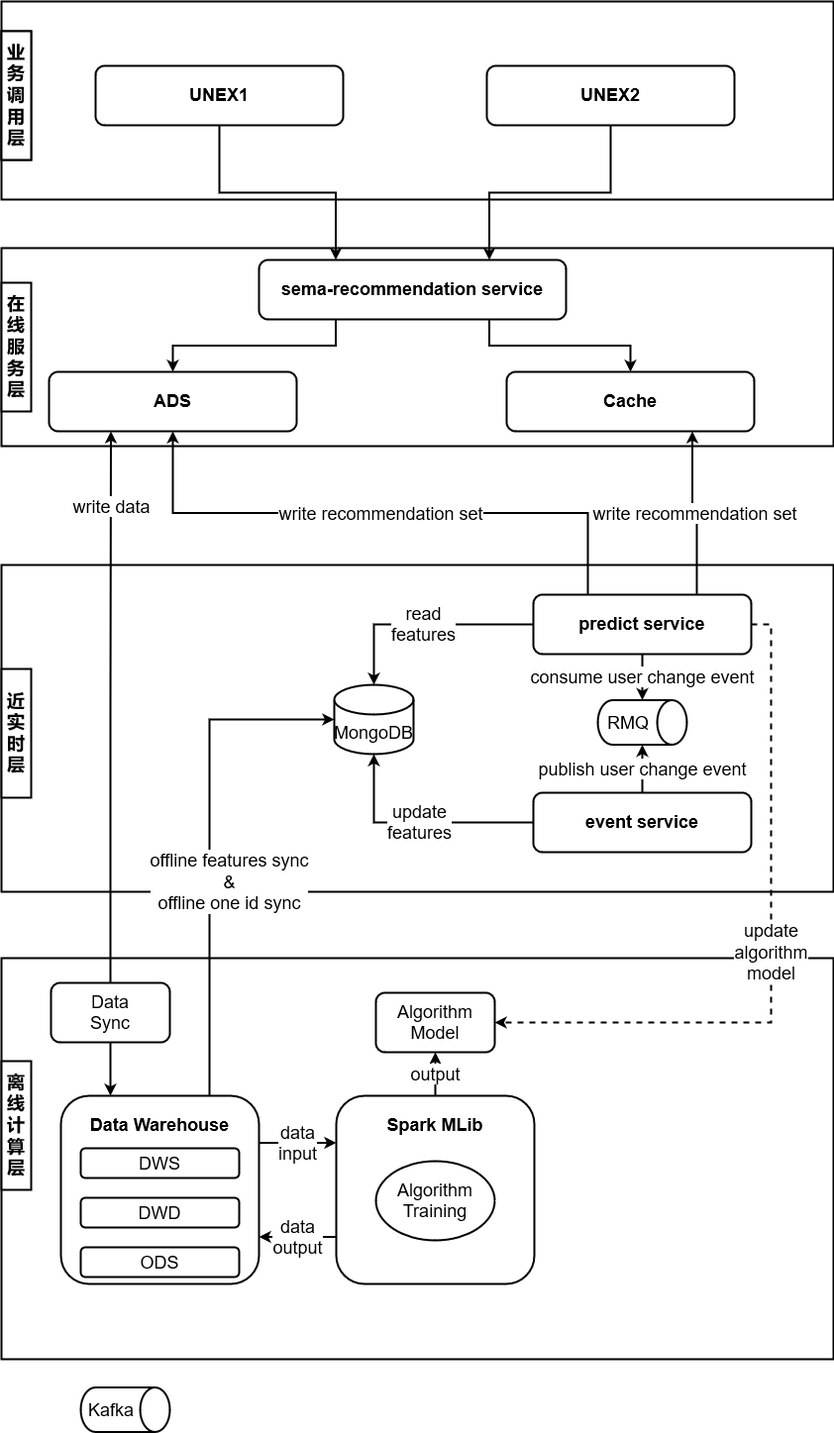
jackie-thank/beego-authz keeps this draw.io diagram as sema-private-domain-anonymous-recommendation.drawio.png. Above is the earlier version. Source tidied: cells renumbered, new cells last; positions are measured from the earlier drawing's top-left corner, leaving out a move shared by most shapes. Its diagram source:
```xml
<mxGraphModel>
  <root>
    <mxCell id="0" />
    <mxCell id="1" parent="0" />
    <mxCell id="2" style="rounded=0;whiteSpace=wrap;html=1;strokeWidth=2;fontStyle=1;" parent="1" vertex="1">
      <mxGeometry width="840" height="200" as="geometry" />
    </mxCell>
    <mxCell id="3" value="&lt;div&gt;业务调用&lt;/div&gt;&lt;div&gt;层&lt;br&gt;&lt;/div&gt;" style="rounded=0;whiteSpace=wrap;html=1;strokeWidth=2;fontStyle=1;fontSize=18;" parent="1" vertex="1">
      <mxGeometry y="30" width="30" height="130" as="geometry" />
    </mxCell>
    <mxCell id="4" style="rounded=0;whiteSpace=wrap;html=1;strokeWidth=2;fontStyle=1;" parent="1" vertex="1">
      <mxGeometry y="249" width="840" height="200" as="geometry" />
    </mxCell>
    <mxCell id="5" value="&lt;div&gt;业务调用&lt;/div&gt;&lt;div&gt;层&lt;br&gt;&lt;/div&gt;" style="rounded=0;whiteSpace=wrap;html=1;strokeWidth=2;fontStyle=1;fontSize=18;" parent="1" vertex="1">
      <mxGeometry y="30" width="30" height="130" as="geometry" />
    </mxCell>
    <mxCell id="6" value="在线服务层" style="rounded=0;whiteSpace=wrap;html=1;strokeWidth=2;fontStyle=1;fontSize=18;" parent="1" vertex="1">
      <mxGeometry y="284" width="30" height="130" as="geometry" />
    </mxCell>
    <mxCell id="7" style="rounded=0;whiteSpace=wrap;html=1;strokeWidth=2;fontStyle=1;" parent="1" vertex="1">
      <mxGeometry y="569" width="840" height="330" as="geometry" />
    </mxCell>
    <mxCell id="8" value="近实时层" style="rounded=0;whiteSpace=wrap;html=1;strokeWidth=2;fontStyle=1;fontSize=18;" parent="1" vertex="1">
      <mxGeometry y="674" width="30" height="130" as="geometry" />
    </mxCell>
    <mxCell id="9" style="rounded=0;whiteSpace=wrap;html=1;strokeWidth=2;fontStyle=1;" parent="1" vertex="1">
      <mxGeometry y="966" width="840" height="405" as="geometry" />
    </mxCell>
    <mxCell id="10" value="离线计算层" style="rounded=0;whiteSpace=wrap;html=1;strokeWidth=2;fontStyle=1;fontSize=18;" parent="1" vertex="1">
      <mxGeometry y="1070" width="30" height="130" as="geometry" />
    </mxCell>
    <mxCell id="11" style="edgeStyle=orthogonalEdgeStyle;rounded=0;jettySize=auto;html=1;exitX=0.5;exitY=1;exitDx=0;exitDy=0;fontSize=18;strokeWidth=2;entryX=0.25;entryY=0;entryDx=0;entryDy=0;fontStyle=1;" parent="1" edge="1" source="12" target="16">
      <mxGeometry relative="1" as="geometry" />
    </mxCell>
    <mxCell id="12" value="UNEX1" style="rounded=1;whiteSpace=wrap;html=1;strokeWidth=2;fontSize=18;fontStyle=1;" parent="1" vertex="1">
      <mxGeometry x="95" y="65" width="250" height="60" as="geometry" />
    </mxCell>
    <mxCell id="13" style="edgeStyle=orthogonalEdgeStyle;rounded=0;jettySize=auto;html=1;entryX=0.75;entryY=0;entryDx=0;entryDy=0;strokeWidth=2;fontSize=18;exitX=0.5;exitY=1;exitDx=0;exitDy=0;fontStyle=1;" parent="1" edge="1" source="19" target="16">
      <mxGeometry relative="1" as="geometry" />
    </mxCell>
    <mxCell id="14" style="edgeStyle=orthogonalEdgeStyle;rounded=0;jettySize=auto;html=1;exitX=0.25;exitY=1;exitDx=0;exitDy=0;strokeWidth=2;fontSize=18;fontStyle=1;" parent="1" edge="1" source="16" target="17">
      <mxGeometry relative="1" as="geometry" />
    </mxCell>
    <mxCell id="15" style="edgeStyle=orthogonalEdgeStyle;rounded=0;jettySize=auto;html=1;exitX=0.75;exitY=1;exitDx=0;exitDy=0;entryX=0.5;entryY=0;entryDx=0;entryDy=0;strokeWidth=2;fontSize=18;fontStyle=1;" parent="1" edge="1" source="16" target="18">
      <mxGeometry relative="1" as="geometry" />
    </mxCell>
    <mxCell id="16" value="sema-recommendation service" style="rounded=1;whiteSpace=wrap;html=1;strokeWidth=2;fontSize=18;fontStyle=1;" parent="1" vertex="1">
      <mxGeometry x="260" y="261" width="310" height="60" as="geometry" />
    </mxCell>
    <mxCell id="17" value="ADS" style="rounded=1;whiteSpace=wrap;html=1;strokeWidth=2;fontSize=18;fontStyle=1;" parent="1" vertex="1">
      <mxGeometry x="48" y="374" width="250" height="60" as="geometry" />
    </mxCell>
    <mxCell id="18" value="Cache" style="rounded=1;whiteSpace=wrap;html=1;strokeWidth=2;fontSize=18;fontStyle=1;" parent="1" vertex="1">
      <mxGeometry x="510" y="374" width="250" height="60" as="geometry" />
    </mxCell>
    <mxCell id="19" value="UNEX2" style="rounded=1;whiteSpace=wrap;html=1;strokeWidth=2;fontSize=18;fontStyle=1;" parent="1" vertex="1">
      <mxGeometry x="490" y="65" width="250" height="60" as="geometry" />
    </mxCell>
    <mxCell id="20" value="&lt;div&gt;read &lt;br&gt;&lt;/div&gt;&lt;div&gt;features&lt;/div&gt;" style="edgeStyle=orthogonalEdgeStyle;rounded=0;jettySize=auto;html=1;exitX=0;exitY=0.5;exitDx=0;exitDy=0;strokeWidth=2;fontSize=18;" parent="1" edge="1" source="25" target="33">
      <mxGeometry relative="1" as="geometry" />
    </mxCell>
    <mxCell id="21" value="consume user change event" style="edgeStyle=orthogonalEdgeStyle;rounded=0;jettySize=auto;html=1;exitX=0.5;exitY=1;exitDx=0;exitDy=0;strokeWidth=2;fontSize=18;entryX=0;entryY=0.5;entryDx=0;entryDy=0;entryPerimeter=0;" parent="1" edge="1" source="25" target="35">
      <mxGeometry relative="1" as="geometry" />
    </mxCell>
    <mxCell id="22" value="write recommendation set" style="edgeStyle=orthogonalEdgeStyle;rounded=0;jettySize=auto;html=1;exitX=0.75;exitY=0;exitDx=0;exitDy=0;strokeWidth=2;fontSize=18;entryX=0.75;entryY=1;entryDx=0;entryDy=0;" parent="1" edge="1" source="25" target="18">
      <mxGeometry relative="1" as="geometry" />
    </mxCell>
    <mxCell id="23" value="write recommendation set" style="edgeStyle=orthogonalEdgeStyle;rounded=0;jettySize=auto;html=1;exitX=0.25;exitY=0;exitDx=0;exitDy=0;strokeWidth=2;fontSize=18;" parent="1" edge="1" source="25" target="17">
      <mxGeometry relative="1" as="geometry" />
    </mxCell>
    <mxCell id="24" value="&lt;div&gt;update&lt;/div&gt;&lt;div&gt;algorithm&lt;/div&gt;&lt;div&gt;model&lt;br&gt;&lt;/div&gt;" style="rounded=0;jettySize=auto;html=1;exitX=1;exitY=0.5;exitDx=0;exitDy=0;entryX=1;entryY=0.5;entryDx=0;entryDy=0;strokeWidth=2;fontSize=18;edgeStyle=orthogonalEdgeStyle;dashed=1;" parent="1" edge="1" source="25" target="43">
      <mxGeometry relative="1" as="geometry" />
    </mxCell>
    <mxCell id="25" value="predict service" style="rounded=1;whiteSpace=wrap;html=1;strokeWidth=2;fontSize=18;fontStyle=1;" parent="1" vertex="1">
      <mxGeometry x="537" y="599" width="220" height="60" as="geometry" />
    </mxCell>
    <mxCell id="26" value="&lt;div&gt;update &lt;br&gt;&lt;/div&gt;&lt;div&gt;features&lt;/div&gt;" style="edgeStyle=orthogonalEdgeStyle;rounded=0;jettySize=auto;html=1;exitX=0;exitY=0.5;exitDx=0;exitDy=0;strokeWidth=2;fontSize=18;" parent="1" edge="1" source="28" target="33">
      <mxGeometry relative="1" as="geometry" />
    </mxCell>
    <mxCell id="27" value="publish user change event" style="edgeStyle=orthogonalEdgeStyle;rounded=0;jettySize=auto;html=1;exitX=0.5;exitY=0;exitDx=0;exitDy=0;entryX=1;entryY=0.5;entryDx=0;entryDy=0;entryPerimeter=0;strokeWidth=2;fontSize=18;" parent="1" edge="1" source="28" target="35">
      <mxGeometry relative="1" as="geometry" />
    </mxCell>
    <mxCell id="28" value="event service" style="rounded=1;whiteSpace=wrap;html=1;strokeWidth=2;fontSize=18;fontStyle=1;" parent="1" vertex="1">
      <mxGeometry x="537" y="799" width="220" height="60" as="geometry" />
    </mxCell>
    <mxCell id="29" value="&lt;div&gt;data&lt;/div&gt;&lt;div&gt;output&lt;br&gt;&lt;/div&gt;" style="edgeStyle=orthogonalEdgeStyle;curved=1;rounded=0;jettySize=auto;html=1;exitX=0;exitY=0.75;exitDx=0;exitDy=0;entryX=1;entryY=0.75;entryDx=0;entryDy=0;strokeWidth=2;fontSize=18;" parent="1" edge="1" source="31" target="39">
      <mxGeometry relative="1" as="geometry" />
    </mxCell>
    <mxCell id="30" value="output" style="edgeStyle=orthogonalEdgeStyle;curved=1;rounded=0;jettySize=auto;html=1;exitX=0.5;exitY=0;exitDx=0;exitDy=0;entryX=0.5;entryY=1;entryDx=0;entryDy=0;strokeWidth=2;fontSize=18;" parent="1" edge="1" source="31" target="43">
      <mxGeometry relative="1" as="geometry" />
    </mxCell>
    <mxCell id="31" value="&lt;div&gt;Spark MLib&lt;/div&gt;&lt;div&gt;&lt;br&gt;&lt;/div&gt;&lt;div&gt;&lt;br&gt;&lt;/div&gt;&lt;div&gt;&lt;br&gt;&lt;/div&gt;&lt;div&gt;&lt;br&gt;&lt;/div&gt;&lt;div&gt;&lt;br&gt;&lt;/div&gt;&lt;div&gt;&lt;br&gt;&lt;/div&gt;" style="rounded=1;whiteSpace=wrap;html=1;strokeWidth=2;fontSize=18;fontStyle=1;" parent="1" vertex="1">
      <mxGeometry x="338" y="1105" width="200" height="190" as="geometry" />
    </mxCell>
    <mxCell id="32" value="&lt;div&gt;Algorithm&lt;/div&gt;&lt;div&gt;Training&lt;br&gt;&lt;/div&gt;" style="ellipse;whiteSpace=wrap;html=1;strokeWidth=2;fontSize=18;" parent="1" vertex="1">
      <mxGeometry x="378" y="1171" width="120" height="80" as="geometry" />
    </mxCell>
    <mxCell id="33" value="MongoDB" style="shape=cylinder3;whiteSpace=wrap;html=1;boundedLbl=1;backgroundOutline=1;size=15;strokeWidth=2;fontSize=18;" parent="1" vertex="1">
      <mxGeometry x="336" y="690" width="80" height="70" as="geometry" />
    </mxCell>
    <mxCell id="34" style="group;" parent="1" vertex="1">
      <mxGeometry x="602" y="705.5" width="90" height="45" as="geometry" />
    </mxCell>
    <mxCell id="35" style="shape=cylinder3;whiteSpace=wrap;html=1;boundedLbl=1;backgroundOutline=1;size=15;strokeWidth=2;fontSize=18;rotation=90;" parent="34" vertex="1">
      <mxGeometry x="22.5" y="-22.5" width="45" height="90" as="geometry" />
    </mxCell>
    <mxCell id="36" value="RMQ" style="text;html=1;strokeColor=none;fillColor=none;align=center;verticalAlign=middle;whiteSpace=wrap;rounded=0;strokeWidth=2;fontSize=18;" parent="34" vertex="1">
      <mxGeometry x="2" y="7" width="58" height="30" as="geometry" />
    </mxCell>
    <mxCell id="37" value="&lt;div&gt;data&lt;/div&gt;&lt;div&gt;input&lt;br&gt;&lt;/div&gt;" style="edgeStyle=orthogonalEdgeStyle;curved=1;rounded=0;jettySize=auto;html=1;exitX=1;exitY=0.25;exitDx=0;exitDy=0;entryX=0;entryY=0.25;entryDx=0;entryDy=0;strokeWidth=2;fontSize=18;" parent="1" edge="1" source="39" target="31">
      <mxGeometry relative="1" as="geometry" />
    </mxCell>
    <mxCell id="38" value="&lt;div&gt;offline features sync&lt;/div&gt;&lt;div&gt;&amp;amp;&lt;/div&gt;&lt;div&gt;offline one id sync&lt;br&gt;&lt;/div&gt;" style="edgeStyle=orthogonalEdgeStyle;rounded=0;jettySize=auto;html=1;exitX=0.75;exitY=0;exitDx=0;exitDy=0;entryX=0;entryY=0.5;entryDx=0;entryDy=0;entryPerimeter=0;strokeWidth=2;fontSize=18;" parent="1" edge="1" source="39" target="33">
      <mxGeometry x="-0.15" y="-20" relative="1" as="geometry" />
    </mxCell>
    <mxCell id="39" value="&lt;div&gt;Data Warehouse&lt;/div&gt;&lt;div&gt;&lt;br&gt;&lt;/div&gt;&lt;div&gt;&lt;br&gt;&lt;/div&gt;&lt;div&gt;&lt;br&gt;&lt;/div&gt;&lt;div&gt;&lt;br&gt;&lt;/div&gt;&lt;div&gt;&lt;br&gt;&lt;/div&gt;&lt;div&gt;&lt;br&gt;&lt;/div&gt;" style="rounded=1;whiteSpace=wrap;html=1;strokeWidth=2;fontSize=18;fontStyle=1;" parent="1" vertex="1">
      <mxGeometry x="60" y="1105" width="200" height="190" as="geometry" />
    </mxCell>
    <mxCell id="40" value="DWS" style="rounded=1;whiteSpace=wrap;html=1;strokeWidth=2;fontSize=18;" parent="1" vertex="1">
      <mxGeometry x="80" y="1158" width="160" height="30" as="geometry" />
    </mxCell>
    <mxCell id="41" value="DWD" style="rounded=1;whiteSpace=wrap;html=1;strokeWidth=2;fontSize=18;" parent="1" vertex="1">
      <mxGeometry x="80" y="1208" width="160" height="30" as="geometry" />
    </mxCell>
    <mxCell id="42" value="ODS" style="rounded=1;whiteSpace=wrap;html=1;strokeWidth=2;fontSize=18;" parent="1" vertex="1">
      <mxGeometry x="80" y="1258" width="160" height="30" as="geometry" />
    </mxCell>
    <mxCell id="43" value="&lt;div&gt;Algorithm&lt;/div&gt;&lt;div&gt;Model&lt;br&gt;&lt;/div&gt;" style="rounded=1;whiteSpace=wrap;html=1;strokeWidth=2;fontSize=18;" parent="1" vertex="1">
      <mxGeometry x="378" y="1001" width="120" height="60" as="geometry" />
    </mxCell>
    <mxCell id="44" style="edgeStyle=orthogonalEdgeStyle;rounded=0;jettySize=auto;html=1;exitX=0.5;exitY=1;exitDx=0;exitDy=0;entryX=0.25;entryY=0;entryDx=0;entryDy=0;strokeWidth=2;fontSize=18;" parent="1" edge="1" source="47" target="39">
      <mxGeometry relative="1" as="geometry" />
    </mxCell>
    <mxCell id="45" style="edgeStyle=orthogonalEdgeStyle;rounded=0;jettySize=auto;html=1;exitX=0.5;exitY=0;exitDx=0;exitDy=0;entryX=0.25;entryY=1;entryDx=0;entryDy=0;strokeWidth=2;fontSize=18;" parent="1" edge="1" source="47" target="17">
      <mxGeometry relative="1" as="geometry" />
    </mxCell>
    <mxCell id="46" value="write data" style="edgeLabel;html=1;align=center;verticalAlign=middle;fontSize=18;" parent="45" vertex="1">
      <mxGeometry x="0.07" y="-2" relative="1" as="geometry">
        <mxPoint x="-2" y="-183" as="offset" />
      </mxGeometry>
    </mxCell>
    <mxCell id="47" value="&lt;div&gt;Data&lt;/div&gt;&lt;div&gt;Sync&lt;br&gt;&lt;/div&gt;" style="rounded=1;whiteSpace=wrap;html=1;strokeWidth=2;fontSize=18;" parent="1" vertex="1">
      <mxGeometry x="50" y="991" width="120" height="60" as="geometry" />
    </mxCell>
    <mxCell id="48" style="group;" parent="1" vertex="1">
      <mxGeometry x="80" y="1399.5" width="90" height="45" as="geometry" />
    </mxCell>
    <mxCell id="49" style="shape=cylinder3;whiteSpace=wrap;html=1;boundedLbl=1;backgroundOutline=1;size=15;strokeWidth=2;fontSize=18;rotation=90;" parent="48" vertex="1">
      <mxGeometry x="22.5" y="-22.5" width="45" height="90" as="geometry" />
    </mxCell>
    <mxCell id="50" value="Kafka" style="text;html=1;strokeColor=none;fillColor=none;align=center;verticalAlign=middle;whiteSpace=wrap;rounded=0;strokeWidth=2;fontSize=18;" parent="48" vertex="1">
      <mxGeometry x="2" y="7" width="58" height="30" as="geometry" />
    </mxCell>
  </root>
</mxGraphModel>
```
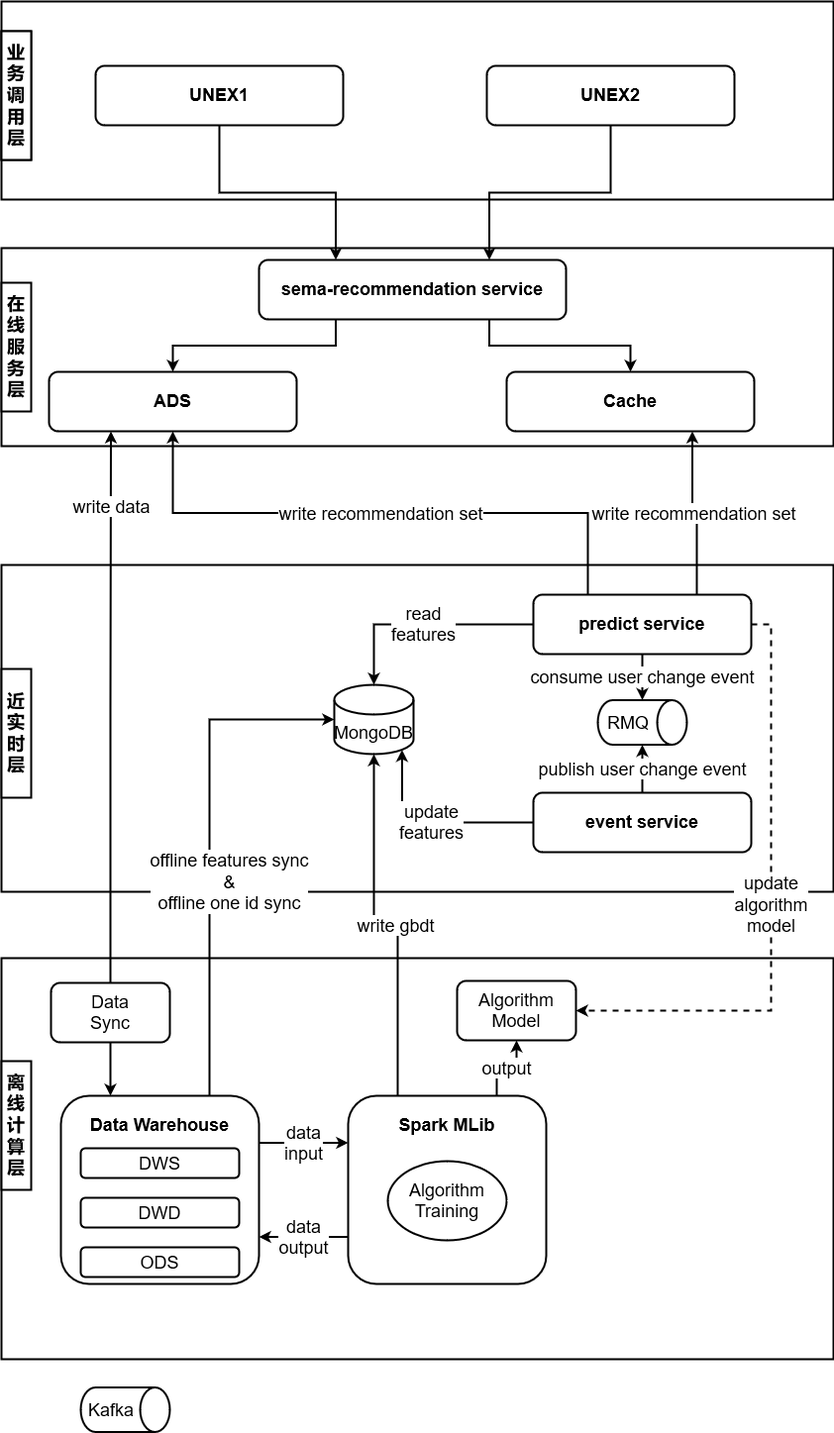
After the commit.

Change to the diagram source:
```diff
@@ -74,7 +74,7 @@
     <mxCell id="25" value="predict service" style="rounded=1;whiteSpace=wrap;html=1;strokeWidth=2;fontSize=18;fontStyle=1;" parent="1" vertex="1">
       <mxGeometry x="537" y="599" width="220" height="60" as="geometry" />
     </mxCell>
-    <mxCell id="26" value="&lt;div&gt;update &lt;br&gt;&lt;/div&gt;&lt;div&gt;features&lt;/div&gt;" style="edgeStyle=orthogonalEdgeStyle;rounded=0;jettySize=auto;html=1;exitX=0;exitY=0.5;exitDx=0;exitDy=0;strokeWidth=2;fontSize=18;" parent="1" edge="1" source="28" target="33">
+    <mxCell id="26" value="&lt;div&gt;update &lt;br&gt;&lt;/div&gt;&lt;div&gt;features&lt;/div&gt;" style="edgeStyle=orthogonalEdgeStyle;rounded=0;jettySize=auto;html=1;exitX=0;exitY=0.5;exitDx=0;exitDy=0;strokeWidth=2;fontSize=18;entryX=0.855;entryY=1;entryDx=0;entryDy=-4.35;entryPerimeter=0;" parent="1" edge="1" source="28" target="33">
       <mxGeometry relative="1" as="geometry" />
     </mxCell>
     <mxCell id="27" value="publish user change event" style="edgeStyle=orthogonalEdgeStyle;rounded=0;jettySize=auto;html=1;exitX=0.5;exitY=0;exitDx=0;exitDy=0;entryX=1;entryY=0.5;entryDx=0;entryDy=0;entryPerimeter=0;strokeWidth=2;fontSize=18;" parent="1" edge="1" source="28" target="35">
@@ -86,14 +86,20 @@
     <mxCell id="29" value="&lt;div&gt;data&lt;/div&gt;&lt;div&gt;output&lt;br&gt;&lt;/div&gt;" style="edgeStyle=orthogonalEdgeStyle;curved=1;rounded=0;jettySize=auto;html=1;exitX=0;exitY=0.75;exitDx=0;exitDy=0;entryX=1;entryY=0.75;entryDx=0;entryDy=0;strokeWidth=2;fontSize=18;" parent="1" edge="1" source="31" target="39">
       <mxGeometry relative="1" as="geometry" />
     </mxCell>
-    <mxCell id="30" value="output" style="edgeStyle=orthogonalEdgeStyle;curved=1;rounded=0;jettySize=auto;html=1;exitX=0.5;exitY=0;exitDx=0;exitDy=0;entryX=0.5;entryY=1;entryDx=0;entryDy=0;strokeWidth=2;fontSize=18;" parent="1" edge="1" source="31" target="43">
+    <mxCell id="30" value="output" style="edgeStyle=orthogonalEdgeStyle;rounded=0;jettySize=auto;html=1;exitX=0.75;exitY=0;exitDx=0;exitDy=0;entryX=0.5;entryY=1;entryDx=0;entryDy=0;strokeWidth=2;fontSize=18;" parent="1" edge="1" source="31" target="43">
       <mxGeometry relative="1" as="geometry" />
     </mxCell>
+    <mxCell id="51" style="edgeStyle=orthogonalEdgeStyle;rounded=0;jettySize=auto;html=1;exitX=0.25;exitY=0;exitDx=0;exitDy=0;entryX=0.5;entryY=1;entryDx=0;entryDy=0;entryPerimeter=0;strokeWidth=2;fontSize=18;" parent="1" edge="1" source="31" target="33">
+      <mxGeometry relative="1" as="geometry" />
+    </mxCell>
+    <mxCell id="52" value="write gbdt" style="edgeLabel;html=1;align=center;verticalAlign=middle;fontSize=18;" parent="51" vertex="1">
+      <mxGeometry x="-0.05" relative="1" as="geometry" />
+    </mxCell>
     <mxCell id="31" value="&lt;div&gt;Spark MLib&lt;/div&gt;&lt;div&gt;&lt;br&gt;&lt;/div&gt;&lt;div&gt;&lt;br&gt;&lt;/div&gt;&lt;div&gt;&lt;br&gt;&lt;/div&gt;&lt;div&gt;&lt;br&gt;&lt;/div&gt;&lt;div&gt;&lt;br&gt;&lt;/div&gt;&lt;div&gt;&lt;br&gt;&lt;/div&gt;" style="rounded=1;whiteSpace=wrap;html=1;strokeWidth=2;fontSize=18;fontStyle=1;" parent="1" vertex="1">
-      <mxGeometry x="338" y="1105" width="200" height="190" as="geometry" />
+      <mxGeometry x="350" y="1105" width="200" height="190" as="geometry" />
     </mxCell>
     <mxCell id="32" value="&lt;div&gt;Algorithm&lt;/div&gt;&lt;div&gt;Training&lt;br&gt;&lt;/div&gt;" style="ellipse;whiteSpace=wrap;html=1;strokeWidth=2;fontSize=18;" parent="1" vertex="1">
-      <mxGeometry x="378" y="1171" width="120" height="80" as="geometry" />
+      <mxGeometry x="390" y="1171" width="120" height="80" as="geometry" />
     </mxCell>
     <mxCell id="33" value="MongoDB" style="shape=cylinder3;whiteSpace=wrap;html=1;boundedLbl=1;backgroundOutline=1;size=15;strokeWidth=2;fontSize=18;" parent="1" vertex="1">
       <mxGeometry x="336" y="690" width="80" height="70" as="geometry" />
@@ -126,7 +132,7 @@
       <mxGeometry x="80" y="1258" width="160" height="30" as="geometry" />
     </mxCell>
     <mxCell id="43" value="&lt;div&gt;Algorithm&lt;/div&gt;&lt;div&gt;Model&lt;br&gt;&lt;/div&gt;" style="rounded=1;whiteSpace=wrap;html=1;strokeWidth=2;fontSize=18;" parent="1" vertex="1">
-      <mxGeometry x="378" y="1001" width="120" height="60" as="geometry" />
+      <mxGeometry x="460" y="989" width="120" height="60" as="geometry" />
     </mxCell>
     <mxCell id="44" style="edgeStyle=orthogonalEdgeStyle;rounded=0;jettySize=auto;html=1;exitX=0.5;exitY=1;exitDx=0;exitDy=0;entryX=0.25;entryY=0;entryDx=0;entryDy=0;strokeWidth=2;fontSize=18;" parent="1" edge="1" source="47" target="39">
       <mxGeometry relative="1" as="geometry" />
```
